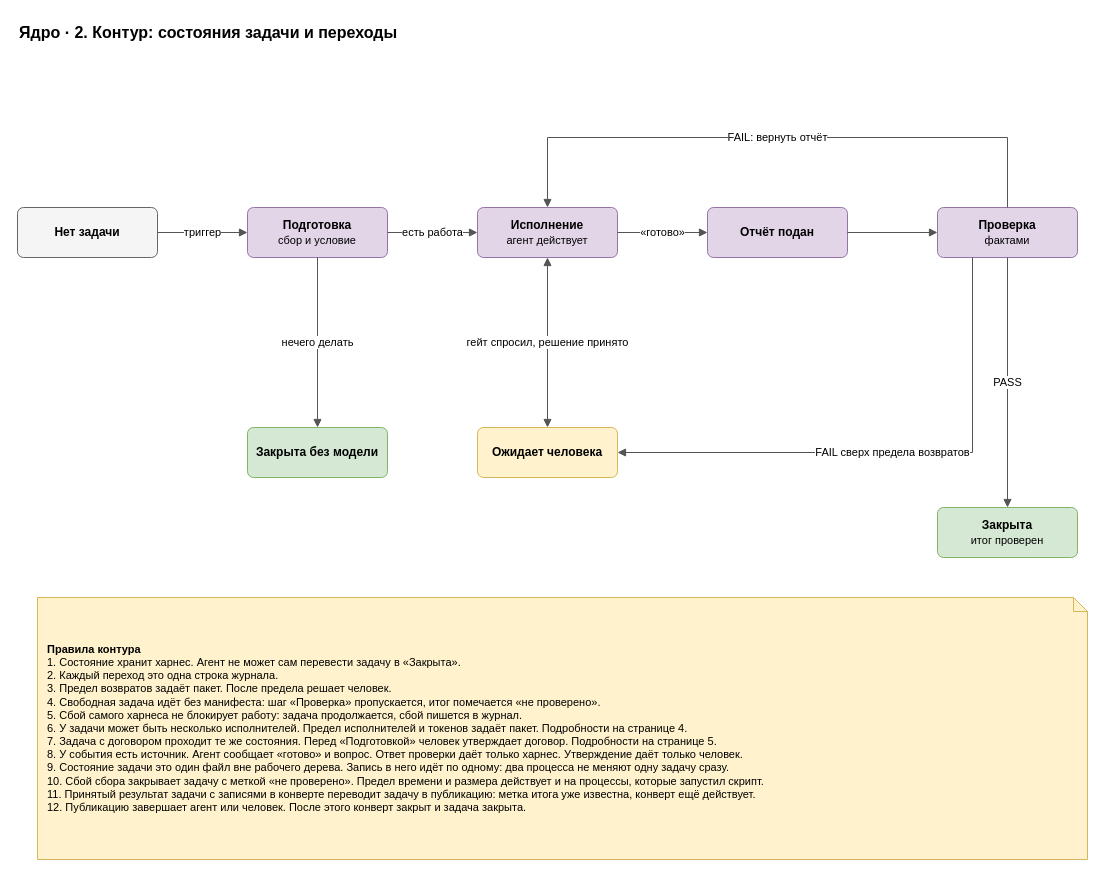
Before: page "2. Состояния задачи" (2 of 7) of docs/spec/harness-core.drawio in roygkov/reins, a draw.io diagram. Source tidied: cells renumbered, new cells numbered last; positions are measured from the earlier drawing's top-left corner, leaving out a move shared by most shapes. Both pictures are drawn from the tidied source at 100%, with x=0, y=0 at pixel (17, 17).
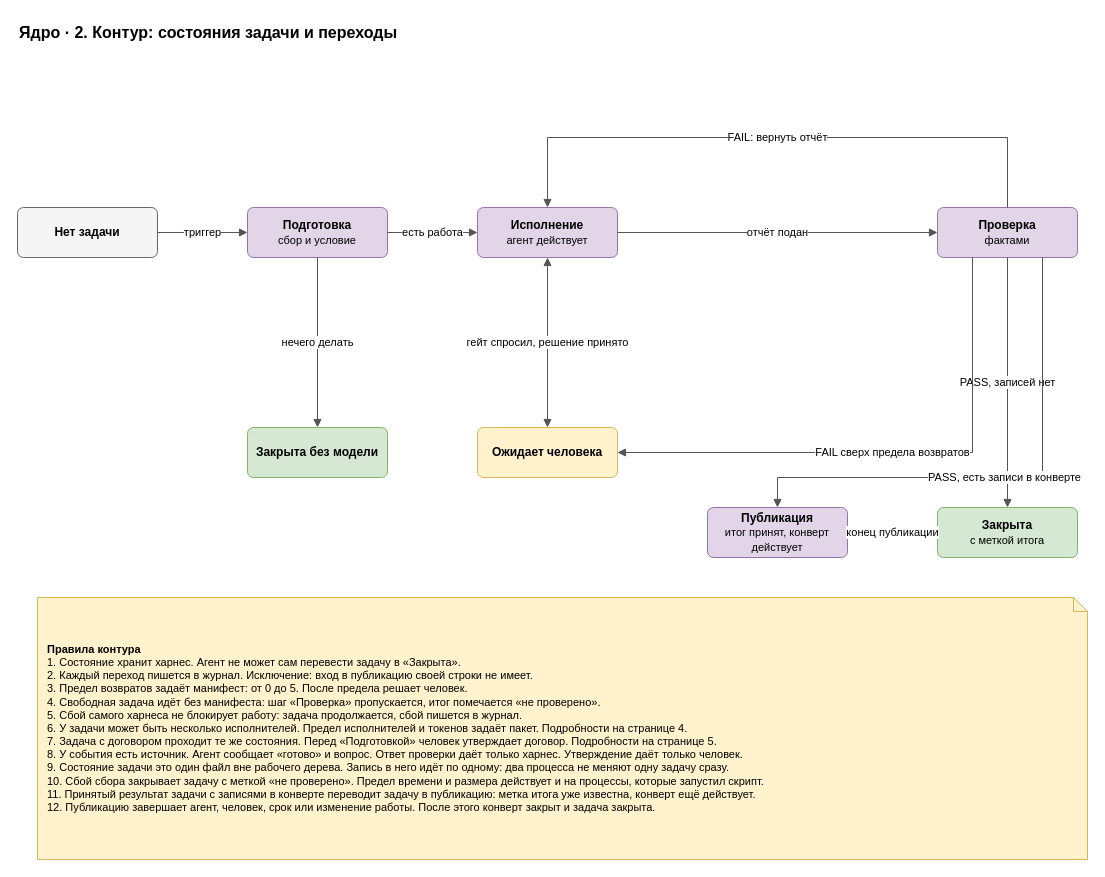
The same page after the edit.

The change refers to these unchanged cells:
```xml
<mxCell id="5" value="&lt;b&gt;Исполнение&lt;/b&gt;&lt;br&gt;&lt;font style=&quot;font-size:11px&quot;&gt;агент действует&lt;/font&gt;" style="rounded=1;whiteSpace=wrap;html=1;fillColor=#e1d5e7;strokeColor=#9673a6;arcSize=12;" parent="1" vertex="1">
  <mxGeometry x="460" y="190" width="140" height="50" as="geometry" />
</mxCell>
<mxCell id="7" value="&lt;b&gt;Проверка&lt;/b&gt;&lt;br&gt;&lt;font style=&quot;font-size:11px&quot;&gt;фактами&lt;/font&gt;" style="rounded=1;whiteSpace=wrap;html=1;fillColor=#e1d5e7;strokeColor=#9673a6;arcSize=12;" parent="1" vertex="1">
  <mxGeometry x="920" y="190" width="140" height="50" as="geometry" />
</mxCell>
<mxCell id="9" value="&lt;b&gt;Ожидает человека&lt;/b&gt;" style="rounded=1;whiteSpace=wrap;html=1;fillColor=#fff2cc;strokeColor=#d6b656;arcSize=12;" parent="1" vertex="1">
  <mxGeometry x="460" y="410" width="140" height="50" as="geometry" />
</mxCell>
```

The edit, as a diff of the source:
```diff
@@
-    <mxCell id="6" value="&lt;b&gt;Отчёт подан&lt;/b&gt;" style="rounded=1;whiteSpace=wrap;html=1;fillColor=#e1d5e7;strokeColor=#9673a6;arcSize=12;" parent="1" vertex="1">
-      <mxGeometry x="690" y="190" width="140" height="50" as="geometry" />
+    <mxCell id="6" value="&lt;b&gt;Публикация&lt;/b&gt;&lt;br&gt;&lt;font style=&quot;font-size:11px&quot;&gt;итог принят, конверт действует&lt;/font&gt;" style="rounded=1;whiteSpace=wrap;html=1;fillColor=#e1d5e7;strokeColor=#9673a6;arcSize=12;" parent="1" vertex="1">
+      <mxGeometry x="690" y="490" width="140" height="50" as="geometry" />
     </mxCell>
@@
-    <mxCell id="8" value="&lt;b&gt;Закрыта&lt;/b&gt;&lt;br&gt;&lt;font style=&quot;font-size:11px&quot;&gt;итог проверен&lt;/font&gt;" style="rounded=1;whiteSpace=wrap;html=1;fillColor=#d5e8d4;strokeColor=#82b366;arcSize=12;" parent="1" vertex="1">
+    <mxCell id="8" value="&lt;b&gt;Закрыта&lt;/b&gt;&lt;br&gt;&lt;font style=&quot;font-size:11px&quot;&gt;с меткой итога&lt;/font&gt;" style="rounded=1;whiteSpace=wrap;html=1;fillColor=#d5e8d4;strokeColor=#82b366;arcSize=12;" parent="1" vertex="1">
       <mxGeometry x="920" y="490" width="140" height="50" as="geometry" />
     </mxCell>
@@
-    <mxCell id="14" value="«готово»" style="edgeStyle=orthogonalEdgeStyle;rounded=0;html=1;endArrow=block;endFill=1;strokeColor=#555555;fontSize=11;labelBackgroundColor=#ffffff;" parent="1" edge="1" source="5" target="6">
+    <mxCell id="14" value="отчёт подан" style="edgeStyle=orthogonalEdgeStyle;rounded=0;html=1;endArrow=block;endFill=1;strokeColor=#555555;fontSize=11;labelBackgroundColor=#ffffff;" parent="1" edge="1" source="5" target="7">
       <mxGeometry relative="1" as="geometry" />
     </mxCell>
-    <mxCell id="15" style="edgeStyle=orthogonalEdgeStyle;rounded=0;html=1;endArrow=block;endFill=1;strokeColor=#555555;fontSize=11;labelBackgroundColor=#ffffff;" parent="1" edge="1" source="6" target="7">
+    <mxCell id="15" value="PASS, записей нет" style="edgeStyle=orthogonalEdgeStyle;rounded=0;html=1;endArrow=block;endFill=1;strokeColor=#555555;fontSize=11;labelBackgroundColor=#ffffff;exitX=0.5;exitY=1;entryX=0.5;entryY=0;" parent="1" edge="1" source="7" target="8">
       <mxGeometry relative="1" as="geometry" />
     </mxCell>
-    <mxCell id="16" value="PASS" style="edgeStyle=orthogonalEdgeStyle;rounded=0;html=1;endArrow=block;endFill=1;strokeColor=#555555;fontSize=11;labelBackgroundColor=#ffffff;exitX=0.5;exitY=1;entryX=0.5;entryY=0;" parent="1" edge="1" source="7" target="8">
-      <mxGeometry relative="1" as="geometry" />
+    <mxCell id="16" value="PASS, есть записи в конверте" style="edgeStyle=orthogonalEdgeStyle;rounded=0;html=1;endArrow=block;endFill=1;strokeColor=#555555;fontSize=11;labelBackgroundColor=#ffffff;exitX=0.75;exitY=1;entryX=0.5;entryY=0;" parent="1" edge="1" source="7" target="6">
+      <mxGeometry relative="1" as="geometry">
+        <Array as="points">
+          <mxPoint x="1025" y="460" />
+          <mxPoint x="760" y="460" />
+        </Array>
+      </mxGeometry>
     </mxCell>
-    <mxCell id="17" value="FAIL: вернуть отчёт" style="edgeStyle=orthogonalEdgeStyle;rounded=0;html=1;endArrow=block;endFill=1;strokeColor=#555555;fontSize=11;labelBackgroundColor=#ffffff;exitX=0.5;exitY=0;entryX=0.5;entryY=0;" parent="1" edge="1" source="7" target="5">
-      <mxGeometry relative="1" as="geometry">
-        <Array as="points">
-          <mxPoint x="990" y="120" />
-          <mxPoint x="530" y="120" />
-        </Array>
-      </mxGeometry>
+    <mxCell id="17" value="конец публикации" style="edgeStyle=orthogonalEdgeStyle;rounded=0;html=1;endArrow=block;endFill=1;strokeColor=#555555;fontSize=11;labelBackgroundColor=#ffffff;" parent="1" edge="1" source="6" target="8">
+      <mxGeometry relative="1" as="geometry" />
     </mxCell>
-    <mxCell id="18" value="гейт спросил, решение принято" style="edgeStyle=orthogonalEdgeStyle;rounded=0;html=1;endArrow=block;endFill=1;strokeColor=#555555;fontSize=11;labelBackgroundColor=#ffffff;startArrow=block;startFill=1;" parent="1" edge="1" source="5" target="9">
-      <mxGeometry relative="1" as="geometry" />
+    <mxCell id="18" value="FAIL: вернуть отчёт" style="edgeStyle=orthogonalEdgeStyle;rounded=0;html=1;endArrow=block;endFill=1;strokeColor=#555555;fontSize=11;labelBackgroundColor=#ffffff;exitX=0.5;exitY=0;entryX=0.5;entryY=0;" parent="1" edge="1" source="7" target="5">
+      <mxGeometry relative="1" as="geometry">
+        <Array as="points">
+          <mxPoint x="990" y="120" />
+          <mxPoint x="530" y="120" />
+        </Array>
+      </mxGeometry>
     </mxCell>
-    <mxCell id="19" value="FAIL сверх предела возвратов" style="edgeStyle=orthogonalEdgeStyle;rounded=0;html=1;endArrow=block;endFill=1;strokeColor=#555555;fontSize=11;labelBackgroundColor=#ffffff;exitX=0.25;exitY=1;entryX=1;entryY=0.5;" parent="1" edge="1" source="7" target="9">
-      <mxGeometry relative="1" as="geometry">
-        <Array as="points">
-          <mxPoint x="955" y="435" />
-        </Array>
-      </mxGeometry>
+    <mxCell id="19" value="гейт спросил, решение принято" style="edgeStyle=orthogonalEdgeStyle;rounded=0;html=1;endArrow=block;endFill=1;strokeColor=#555555;fontSize=11;labelBackgroundColor=#ffffff;startArrow=block;startFill=1;" parent="1" edge="1" source="5" target="9">
+      <mxGeometry relative="1" as="geometry" />
     </mxCell>
-    <mxCell id="20" value="&lt;b&gt;Правила контура&lt;/b&gt;&lt;br&gt;1. Состояние хранит харнес. Агент не может сам перевести задачу в «Закрыта».&lt;br&gt;2. Каждый переход это одна строка журнала.&lt;br&gt;3. Предел возвратов задаёт пакет. После предела решает человек.&lt;br&gt;4. Свободная задача идёт без манифеста: шаг «Проверка» пропускается, итог помечается «не проверено».&lt;br&gt;5. Сбой самого харнеса не блокирует работу: задача продолжается, сбой пишется в журнал.&lt;br&gt;6. У задачи может быть несколько исполнителей. Предел исполнителей и токенов задаёт пакет. Подробности на странице 4.&lt;br&gt;7. Задача с договором проходит те же состояния. Перед «Подготовкой» человек утверждает договор. Подробности на странице 5.&lt;br&gt;8. У события есть источник. Агент сообщает «готово» и вопрос. Ответ проверки даёт только харнес. Утверждение даёт только человек.&lt;br&gt;9. Состояние задачи это один файл вне рабочего дерева. Запись в него идёт по одному: два процесса не меняют одну задачу сразу.&lt;br&gt;10. Сбой сбора закрывает задачу с меткой «не проверено». Предел времени и размера действует и на процессы, которые запустил скрипт.&lt;br&gt;11. Принятый результат задачи с записями в конверте переводит задачу в публикацию: метка итога уже известна, конверт ещё действует.&lt;br&gt;12. Публикацию завершает агент или человек. После этого конверт закрыт и задача закрыта." style="shape=note;whiteSpace=wrap;html=1;backgroundOutline=1;size=14;fillColor=#fff2cc;strokeColor=#d6b656;align=left;spacingLeft=8;spacingRight=8;fontSize=11;" parent="1" vertex="1">
-      <mxGeometry x="20" y="580" width="1050" height="262" as="geometry" />
+    <mxCell id="20" value="FAIL сверх предела возвратов" style="edgeStyle=orthogonalEdgeStyle;rounded=0;html=1;endArrow=block;endFill=1;strokeColor=#555555;fontSize=11;labelBackgroundColor=#ffffff;exitX=0.25;exitY=1;entryX=1;entryY=0.5;" parent="1" edge="1" source="7" target="9">
+      <mxGeometry relative="1" as="geometry">
+        <Array as="points">
+          <mxPoint x="955" y="435" />
+        </Array>
+      </mxGeometry>
     </mxCell>
+    <mxCell id="21" value="&lt;b&gt;Правила контура&lt;/b&gt;&lt;br&gt;1. Состояние хранит харнес. Агент не может сам перевести задачу в «Закрыта».&lt;br&gt;2. Каждый переход пишется в журнал. Исключение: вход в публикацию своей строки не имеет.&lt;br&gt;3. Предел возвратов задаёт манифест: от 0 до 5. После предела решает человек.&lt;br&gt;4. Свободная задача идёт без манифеста: шаг «Проверка» пропускается, итог помечается «не проверено».&lt;br&gt;5. Сбой самого харнеса не блокирует работу: задача продолжается, сбой пишется в журнал.&lt;br&gt;6. У задачи может быть несколько исполнителей. Предел исполнителей и токенов задаёт пакет. Подробности на странице 4.&lt;br&gt;7. Задача с договором проходит те же состояния. Перед «Подготовкой» человек утверждает договор. Подробности на странице 5.&lt;br&gt;8. У события есть источник. Агент сообщает «готово» и вопрос. Ответ проверки даёт только харнес. Утверждение даёт только человек.&lt;br&gt;9. Состояние задачи это один файл вне рабочего дерева. Запись в него идёт по одному: два процесса не меняют одну задачу сразу.&lt;br&gt;10. Сбой сбора закрывает задачу с меткой «не проверено». Предел времени и размера действует и на процессы, которые запустил скрипт.&lt;br&gt;11. Принятый результат задачи с записями в конверте переводит задачу в публикацию: метка итога уже известна, конверт ещё действует.&lt;br&gt;12. Публикацию завершает агент, человек, срок или изменение работы. После этого конверт закрыт и задача закрыта." style="shape=note;whiteSpace=wrap;html=1;backgroundOutline=1;size=14;fillColor=#fff2cc;strokeColor=#d6b656;align=left;spacingLeft=8;spacingRight=8;fontSize=11;" parent="1" vertex="1">
+      <mxGeometry x="20" y="580" width="1050" height="262" as="geometry" />
+    </mxCell>
```
